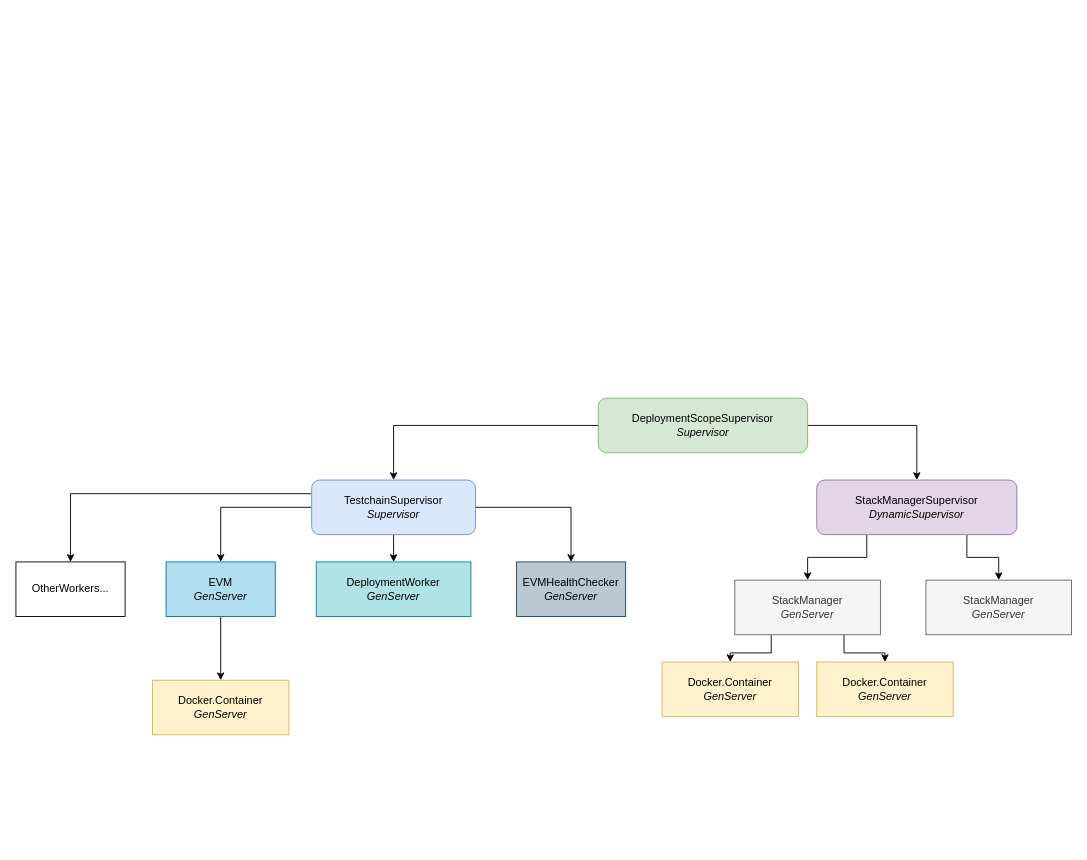
makerdao/staxx keeps this draw.io diagram as architecture/DeploymentScopeArchitecrute.drawio. Above is the earlier version. Source tidied: cells renumbered, new cells numbered last; positions are measured from the earlier drawing's top-left corner, leaving out a move shared by most shapes. Both pictures are drawn from the tidied source at 91%, with x=0, y=0 at pixel (15, 398).
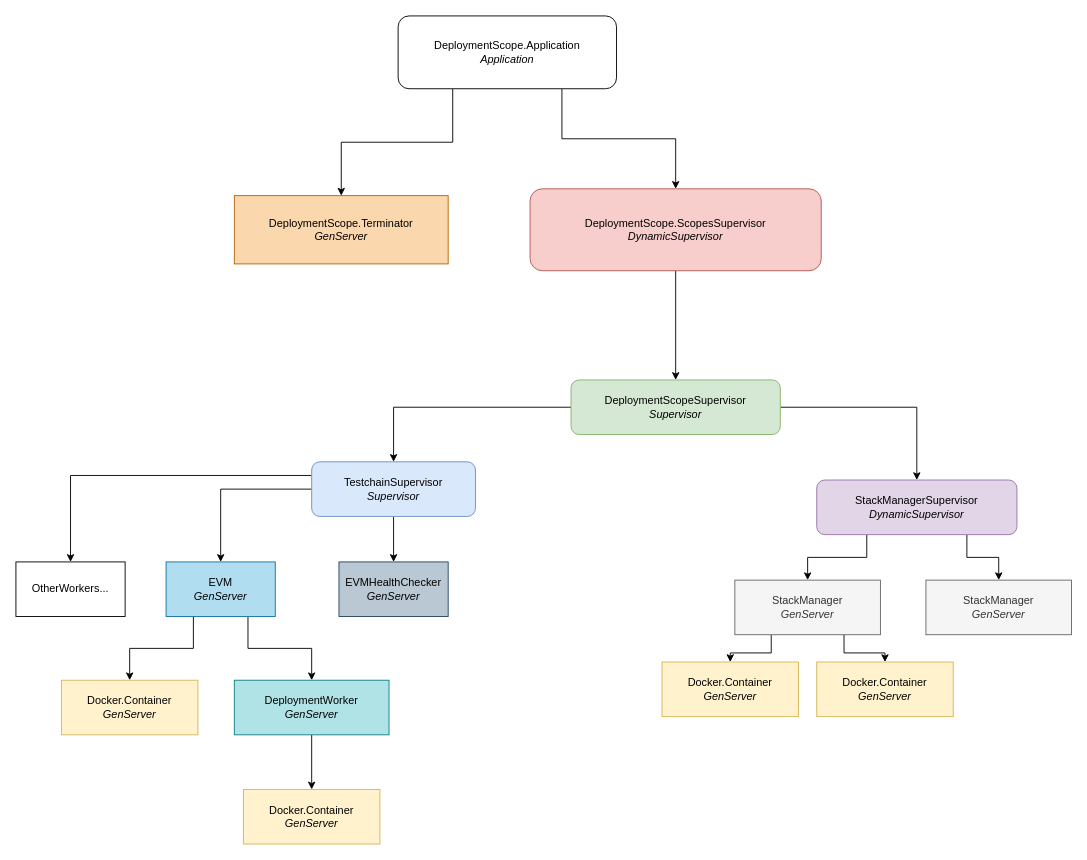
The same page after the edit.

Commit message (it also covers changes not shown here):
STAX-80 run deployment on fresh started EVM

The change refers to these unchanged cells:
```xml
<mxCell id="20" value="EVM&lt;br&gt;&lt;i&gt;GenServer&lt;/i&gt;" style="rounded=0;whiteSpace=wrap;html=1;fillColor=#b1ddf0;strokeColor=#10739e;" parent="1" vertex="1">
  <mxGeometry x="165" y="180" width="120" height="60" as="geometry" />
</mxCell>
<mxCell id="24" value="OtherWorkers..." style="rounded=0;whiteSpace=wrap;html=1;" parent="1" vertex="1">
  <mxGeometry y="180" width="120" height="60" as="geometry" />
</mxCell>
```

Diff of the diagram source:
```diff
@@
     <mxCell id="4" value="DeploymentScopeSupervisor&lt;br&gt;&lt;i&gt;Supervisor&lt;/i&gt;" style="rounded=1;whiteSpace=wrap;html=1;fillColor=#d5e8d4;strokeColor=#82b366;" parent="1" vertex="1">
-      <mxGeometry x="640" width="230" height="60" as="geometry" />
+      <mxGeometry x="610" y="-20" width="230" height="60" as="geometry" />
     </mxCell>
@@
-    <mxCell id="6" style="edgeStyle=orthogonalEdgeStyle;rounded=0;jettySize=auto;html=1;exitX=0.5;exitY=1;exitDx=0;exitDy=0;entryX=0.5;entryY=0;entryDx=0;entryDy=0;" parent="1" edge="1" source="9" target="22">
-      <mxGeometry relative="1" as="geometry" />
-    </mxCell>
+    <mxCell id="8" style="edgeStyle=orthogonalEdgeStyle;rounded=0;jettySize=auto;html=1;exitX=0;exitY=0.25;exitDx=0;exitDy=0;" parent="1" edge="1" source="9" target="24">
+      <mxGeometry relative="1" as="geometry" />
+    </mxCell>
-    <mxCell id="7" style="edgeStyle=orthogonalEdgeStyle;rounded=0;jettySize=auto;html=1;exitX=1;exitY=0.5;exitDx=0;exitDy=0;entryX=0.5;entryY=0;entryDx=0;entryDy=0;" parent="1" edge="1" source="9" target="23">
+    <mxCell id="7" style="edgeStyle=orthogonalEdgeStyle;rounded=0;jettySize=auto;html=1;exitX=0.5;exitY=1;exitDx=0;exitDy=0;entryX=0.5;entryY=0;entryDx=0;entryDy=0;" parent="1" edge="1" source="9" target="23">
       <mxGeometry relative="1" as="geometry" />
     </mxCell>
-    <mxCell id="8" style="edgeStyle=orthogonalEdgeStyle;rounded=0;jettySize=auto;html=1;exitX=0;exitY=0.25;exitDx=0;exitDy=0;" parent="1" edge="1" source="9" target="24">
-      <mxGeometry relative="1" as="geometry" />
-    </mxCell>
     <mxCell id="9" value="TestchainSupervisor&lt;br&gt;&lt;i&gt;Supervisor&lt;/i&gt;" style="rounded=1;whiteSpace=wrap;html=1;fillColor=#dae8fc;strokeColor=#6c8ebf;" parent="1" vertex="1">
-      <mxGeometry x="325" y="90" width="180" height="60" as="geometry" />
+      <mxGeometry x="325" y="70" width="180" height="60" as="geometry" />
     </mxCell>
@@
-    <mxCell id="19" style="edgeStyle=orthogonalEdgeStyle;rounded=0;jettySize=auto;html=1;exitX=0.5;exitY=1;exitDx=0;exitDy=0;entryX=0.5;entryY=0;entryDx=0;entryDy=0;" parent="1" edge="1" source="20" target="21">
+    <mxCell id="19" style="edgeStyle=orthogonalEdgeStyle;rounded=0;jettySize=auto;html=1;exitX=0.25;exitY=1;exitDx=0;exitDy=0;entryX=0.5;entryY=0;entryDx=0;entryDy=0;" parent="1" edge="1" source="20" target="21">
       <mxGeometry relative="1" as="geometry" />
     </mxCell>
+    <mxCell id="25" style="edgeStyle=orthogonalEdgeStyle;rounded=0;jettySize=auto;html=1;exitX=0.75;exitY=1;exitDx=0;exitDy=0;entryX=0.5;entryY=0;entryDx=0;entryDy=0;" parent="1" edge="1" source="20" target="22">
+      <mxGeometry relative="1" as="geometry" />
+    </mxCell>
@@
     <mxCell id="21" value="Docker.Container&lt;br&gt;&lt;i&gt;GenServer&lt;/i&gt;" style="rounded=0;whiteSpace=wrap;html=1;fillColor=#fff2cc;strokeColor=#d6b656;" parent="1" vertex="1">
-      <mxGeometry x="150" y="310" width="150" height="60" as="geometry" />
+      <mxGeometry x="50" y="310" width="150" height="60" as="geometry" />
     </mxCell>
+    <mxCell id="26" style="edgeStyle=orthogonalEdgeStyle;rounded=0;jettySize=auto;html=1;exitX=0.5;exitY=1;exitDx=0;exitDy=0;entryX=0.5;entryY=0;entryDx=0;entryDy=0;" parent="1" edge="1" source="22" target="27">
+      <mxGeometry relative="1" as="geometry" />
+    </mxCell>
     <mxCell id="22" value="DeploymentWorker&lt;br&gt;&lt;i&gt;GenServer&lt;/i&gt;" style="rounded=0;whiteSpace=wrap;html=1;fillColor=#b0e3e6;strokeColor=#0e8088;" parent="1" vertex="1">
-      <mxGeometry x="330" y="180" width="170" height="60" as="geometry" />
+      <mxGeometry x="240" y="310" width="170" height="60" as="geometry" />
     </mxCell>
     <mxCell id="23" value="EVMHealthChecker&lt;br&gt;&lt;i&gt;GenServer&lt;/i&gt;" style="rounded=0;whiteSpace=wrap;html=1;fillColor=#bac8d3;strokeColor=#23445d;" parent="1" vertex="1">
-      <mxGeometry x="550" y="180" width="120" height="60" as="geometry" />
+      <mxGeometry x="355" y="180" width="120" height="60" as="geometry" />
     </mxCell>
@@
+    <mxCell id="27" value="Docker.Container&lt;br&gt;&lt;i&gt;GenServer&lt;/i&gt;" style="rounded=0;whiteSpace=wrap;html=1;fillColor=#fff2cc;strokeColor=#d6b656;" parent="1" vertex="1">
+      <mxGeometry x="250" y="430" width="150" height="60" as="geometry" />
+    </mxCell>
+    <mxCell id="28" style="edgeStyle=orthogonalEdgeStyle;rounded=0;jettySize=auto;html=1;exitX=0.5;exitY=1;exitDx=0;exitDy=0;" parent="1" edge="1" source="29" target="4">
+      <mxGeometry relative="1" as="geometry" />
+    </mxCell>
+    <mxCell id="29" value="DeploymentScope.ScopesSupervisor&lt;br&gt;&lt;i&gt;DynamicSupervisor&lt;/i&gt;" style="rounded=1;whiteSpace=wrap;html=1;fillColor=#f8cecc;strokeColor=#b85450;" parent="1" vertex="1">
+      <mxGeometry x="565" y="-230" width="320" height="90" as="geometry" />
+    </mxCell>
+    <mxCell id="30" value="DeploymentScope.Terminator&lt;br&gt;&lt;i&gt;GenServer&lt;/i&gt;" style="rounded=0;whiteSpace=wrap;html=1;fillColor=#fad7ac;strokeColor=#b46504;" parent="1" vertex="1">
+      <mxGeometry x="240" y="-222.5" width="235" height="75" as="geometry" />
+    </mxCell>
+    <mxCell id="31" style="edgeStyle=orthogonalEdgeStyle;rounded=0;jettySize=auto;html=1;exitX=0.75;exitY=1;exitDx=0;exitDy=0;entryX=0.5;entryY=0;entryDx=0;entryDy=0;" parent="1" edge="1" source="33" target="29">
+      <mxGeometry relative="1" as="geometry" />
+    </mxCell>
+    <mxCell id="32" style="edgeStyle=orthogonalEdgeStyle;rounded=0;jettySize=auto;html=1;exitX=0.25;exitY=1;exitDx=0;exitDy=0;entryX=0.5;entryY=0;entryDx=0;entryDy=0;" parent="1" edge="1" source="33" target="30">
+      <mxGeometry relative="1" as="geometry" />
+    </mxCell>
+    <mxCell id="33" value="DeploymentScope.Application&lt;br&gt;&lt;i&gt;Application&lt;/i&gt;" style="rounded=1;whiteSpace=wrap;html=1;" parent="1" vertex="1">
+      <mxGeometry x="420" y="-420" width="240" height="80" as="geometry" />
+    </mxCell>
```
